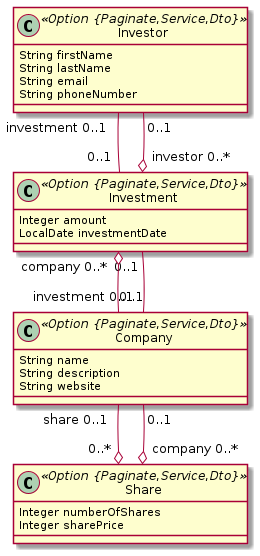
Earlier version of the PlantUML export equity-crowdfunding.png (kevintanhongann/jhipster-jdl-collection).
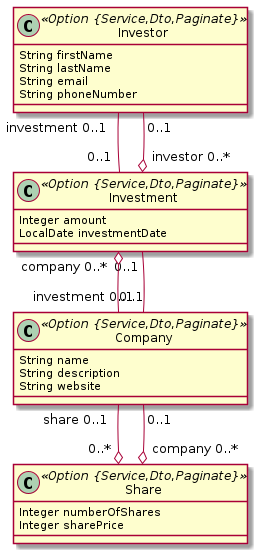
Above is the later version.

Diff of the diagram source:
```diff
@@ -1,21 +1,21 @@
 @startuml
 	!pragma syntax class
-	class Investor <<Option {Paginate,Service,Dto}>> {
+	class Investor <<Option {Service,Dto,Paginate}>> {
 		String firstName
 		String lastName
 		String email
 		String phoneNumber
 	}
-	class Company <<Option {Paginate,Service,Dto}>> {
+	class Company <<Option {Service,Dto,Paginate}>> {
 		String name
 		String description
 		String website
 	}
-	class Investment <<Option {Paginate,Service,Dto}>> {
+	class Investment <<Option {Service,Dto,Paginate}>> {
 		Integer amount
 		LocalDate investmentDate
 	}
-	class Share <<Option {Paginate,Service,Dto}>> {
+	class Share <<Option {Service,Dto,Paginate}>> {
 		Integer numberOfShares
 		Integer sharePrice
 	}
```
